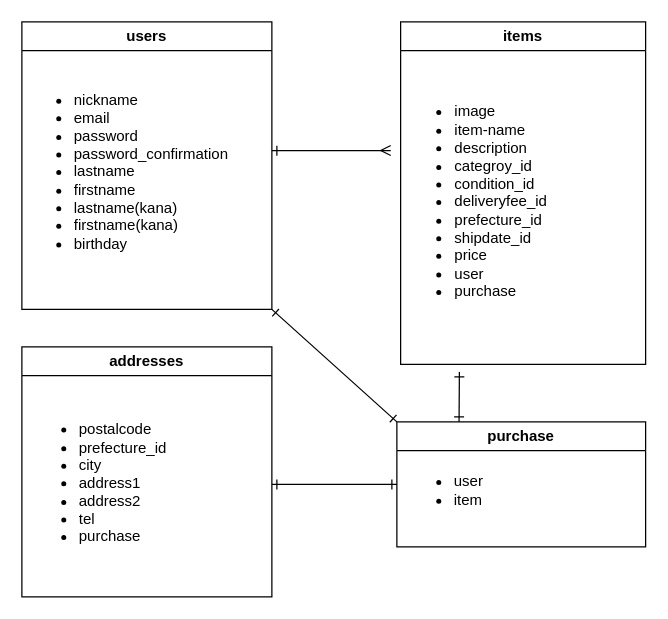
This is furima.dio from ayako-k2/furima-41791, a draw.io file, before an edit. Source tidied: cells renumbered, new cells numbered last; positions are measured from the earlier drawing's top-left corner, leaving out a move shared by most shapes. Both pictures are drawn from the tidied source at 125%, with x=0, y=0 at pixel (21, 21).
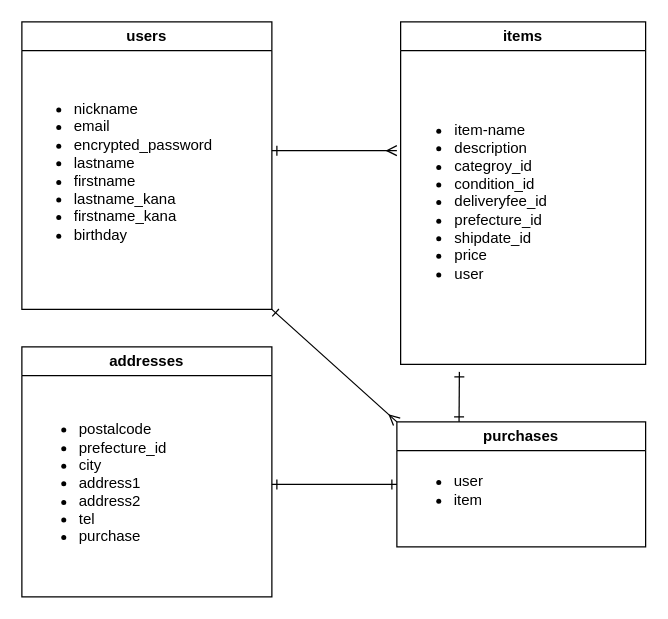
The same diagram, later.

What changed in the source:
```diff
@@
 <mxGraphModel>
   <root>
     <mxCell id="0" />
     <mxCell id="1" parent="0" />
     <mxCell id="2" value="users" style="swimlane;whiteSpace=wrap;html=1;" parent="1" vertex="1">
       <mxGeometry width="200" height="230" as="geometry" />
     </mxCell>
-    <mxCell id="3" value="&lt;ul&gt;&lt;li&gt;nickname&lt;/li&gt;&lt;li&gt;email&lt;/li&gt;&lt;li&gt;password&lt;/li&gt;&lt;li&gt;&lt;span style=&quot;background-color: initial;&quot;&gt;password_confirmation&lt;/span&gt;&lt;/li&gt;&lt;li&gt;&lt;span style=&quot;background-color: initial;&quot;&gt;lastname&lt;/span&gt;&lt;/li&gt;&lt;li&gt;&lt;span style=&quot;background-color: initial;&quot;&gt;firstname&lt;/span&gt;&lt;/li&gt;&lt;li&gt;lastname(kana)&lt;/li&gt;&lt;li&gt;firstname(kana)&lt;/li&gt;&lt;li&gt;birthday&lt;/li&gt;&lt;/ul&gt;" style="text;html=1;align=left;verticalAlign=middle;strokeColor=none;fillColor=none;" parent="2" vertex="1">
-      <mxGeometry y="10" width="190" height="220" as="geometry" />
+    <mxCell id="3" value="&lt;ul&gt;&lt;li&gt;nickname&lt;/li&gt;&lt;li&gt;email&lt;/li&gt;&lt;li&gt;&lt;span style=&quot;background-color: initial;&quot;&gt;encrypted_password&lt;/span&gt;&lt;/li&gt;&lt;li&gt;&lt;span style=&quot;background-color: initial;&quot;&gt;lastname&lt;/span&gt;&lt;/li&gt;&lt;li&gt;&lt;span style=&quot;background-color: initial;&quot;&gt;firstname&lt;/span&gt;&lt;/li&gt;&lt;li&gt;lastname_kana&lt;/li&gt;&lt;li&gt;firstname_kana&lt;/li&gt;&lt;li&gt;birthday&lt;/li&gt;&lt;/ul&gt;" style="text;html=1;align=left;verticalAlign=middle;strokeColor=none;fillColor=none;" parent="2" vertex="1">
+      <mxGeometry y="20" width="170" height="200" as="geometry" />
     </mxCell>
     <mxCell id="4" value="items" style="swimlane;whiteSpace=wrap;html=1;" parent="1" vertex="1">
       <mxGeometry x="303" width="196" height="274" as="geometry" />
     </mxCell>
-    <mxCell id="5" value="&lt;div style=&quot;&quot;&gt;&lt;ul&gt;&lt;li style=&quot;text-align: left;&quot;&gt;image&lt;/li&gt;&lt;li style=&quot;text-align: left;&quot;&gt;item-name&lt;/li&gt;&lt;li style=&quot;text-align: left;&quot;&gt;description&lt;/li&gt;&lt;li style=&quot;text-align: left;&quot;&gt;categroy_id&lt;/li&gt;&lt;li style=&quot;text-align: left;&quot;&gt;condition_id&lt;/li&gt;&lt;li style=&quot;text-align: left;&quot;&gt;deliveryfee_id&lt;/li&gt;&lt;li style=&quot;text-align: left;&quot;&gt;prefecture_id&lt;/li&gt;&lt;li style=&quot;text-align: left;&quot;&gt;shipdate_id&lt;/li&gt;&lt;li style=&quot;text-align: left;&quot;&gt;price&lt;/li&gt;&lt;li style=&quot;text-align: left;&quot;&gt;user&lt;/li&gt;&lt;li style=&quot;text-align: left;&quot;&gt;purchase&lt;/li&gt;&lt;/ul&gt;&lt;/div&gt;" style="text;html=1;align=center;verticalAlign=middle;points=[];strokeColor=none;fillColor=none;" parent="4" vertex="1">
-      <mxGeometry x="-10" y="14" width="140" height="260" as="geometry" />
+    <mxCell id="5" value="&lt;div style=&quot;&quot;&gt;&lt;ul&gt;&lt;li style=&quot;text-align: left;&quot;&gt;item-name&lt;/li&gt;&lt;li style=&quot;text-align: left;&quot;&gt;description&lt;/li&gt;&lt;li style=&quot;text-align: left;&quot;&gt;categroy_id&lt;/li&gt;&lt;li style=&quot;text-align: left;&quot;&gt;condition_id&lt;/li&gt;&lt;li style=&quot;text-align: left;&quot;&gt;deliveryfee_id&lt;/li&gt;&lt;li style=&quot;text-align: left;&quot;&gt;prefecture_id&lt;/li&gt;&lt;li style=&quot;text-align: left;&quot;&gt;shipdate_id&lt;/li&gt;&lt;li style=&quot;text-align: left;&quot;&gt;price&lt;/li&gt;&lt;li style=&quot;text-align: left;&quot;&gt;user&lt;/li&gt;&lt;/ul&gt;&lt;/div&gt;" style="text;html=1;align=center;verticalAlign=middle;points=[];strokeColor=none;fillColor=none;" parent="4" vertex="1">
+      <mxGeometry x="-10" y="34" width="140" height="220" as="geometry" />
     </mxCell>
     <mxCell id="6" value="addresses" style="swimlane;whiteSpace=wrap;html=1;" parent="1" vertex="1">
       <mxGeometry y="260" width="200" height="200" as="geometry" />
     </mxCell>
     <mxCell id="7" value="&lt;ul&gt;&lt;li&gt;postalcode&lt;/li&gt;&lt;li&gt;prefecture_id&lt;/li&gt;&lt;li&gt;city&lt;/li&gt;&lt;li&gt;address1&lt;/li&gt;&lt;li&gt;address2&lt;/li&gt;&lt;li&gt;tel&lt;/li&gt;&lt;li&gt;purchase&lt;/li&gt;&lt;/ul&gt;&lt;div style=&quot;width: 12px; z-index: 1; touch-action: none; top: 69px; left: 212px; bottom: 37px;&quot; class=&quot;geHsplit&quot;&gt;&lt;/div&gt;" style="text;html=1;strokeColor=none;fillColor=none;align=left;verticalAlign=middle;whiteSpace=wrap;rounded=0;" parent="6" vertex="1">
       <mxGeometry x="4" y="94" width="110" height="30" as="geometry" />
     </mxCell>
-    <mxCell id="8" style="endArrow=ERmany;html=1;endFill=0;startArrow=ERone;startFill=0;entryX=0.015;entryY=0.342;entryDx=0;entryDy=0;entryPerimeter=0;" parent="1" edge="1" target="5">
+    <mxCell id="8" style="endArrow=ERmany;html=1;endFill=0;startArrow=ERone;startFill=0;" parent="1" edge="1">
       <mxGeometry relative="1" as="geometry">
         <mxPoint x="200" y="103" as="sourcePoint" />
+        <mxPoint x="300" y="103" as="targetPoint" />
       </mxGeometry>
     </mxCell>
-    <mxCell id="9" style="endArrow=ERone;html=1;startArrow=ERone;startFill=0;endFill=0;entryX=0;entryY=0;entryDx=0;entryDy=0;exitX=1;exitY=1;exitDx=0;exitDy=0;" parent="1" edge="1" source="2" target="10">
+    <mxCell id="9" style="endArrow=ERmany;html=1;startArrow=ERone;startFill=0;endFill=0;entryX=0;entryY=0;entryDx=0;entryDy=0;exitX=1;exitY=1;exitDx=0;exitDy=0;" parent="1" edge="1" source="2" target="10">
       <mxGeometry relative="1" as="geometry" />
     </mxCell>
-    <mxCell id="10" value="purchase" style="swimlane;whiteSpace=wrap;html=1;" parent="1" vertex="1">
+    <mxCell id="10" value="purchases" style="swimlane;whiteSpace=wrap;html=1;" parent="1" vertex="1">
       <mxGeometry x="300" y="320" width="199" height="100" as="geometry" />
     </mxCell>
     <mxCell id="11" value="&lt;ul&gt;&lt;li&gt;user&lt;/li&gt;&lt;li&gt;item&lt;/li&gt;&lt;/ul&gt;&lt;div style=&quot;width: 12px; z-index: 1; touch-action: none; top: 69px; left: 212px; bottom: 37px;&quot; class=&quot;geHsplit&quot;&gt;&lt;/div&gt;" style="text;html=1;strokeColor=none;fillColor=none;align=left;verticalAlign=middle;whiteSpace=wrap;rounded=0;" parent="10" vertex="1">
       <mxGeometry x="4" y="40" width="110" height="30" as="geometry" />
     </mxCell>
     <mxCell id="12" style="endArrow=ERone;html=1;exitX=0.25;exitY=0;exitDx=0;exitDy=0;startArrow=ERone;startFill=0;endFill=0;" parent="1" edge="1" source="10">
       <mxGeometry relative="1" as="geometry">
         <mxPoint x="350" y="280" as="targetPoint" />
       </mxGeometry>
     </mxCell>
     <mxCell id="13" style="endArrow=ERone;html=1;startArrow=ERone;startFill=0;endFill=0;" parent="1" edge="1">
       <mxGeometry relative="1" as="geometry">
         <mxPoint x="200" y="370" as="sourcePoint" />
         <mxPoint x="300" y="370" as="targetPoint" />
       </mxGeometry>
     </mxCell>
   </root>
 </mxGraphModel>
```
